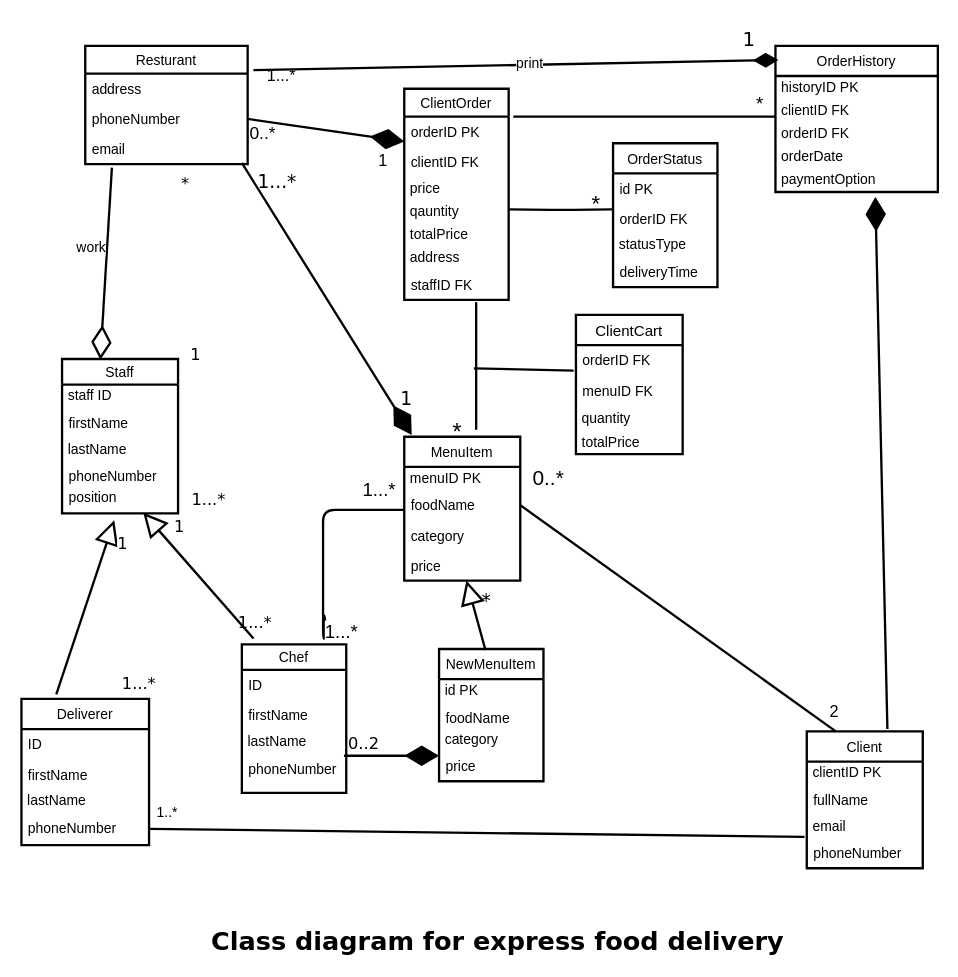
Earlier version of the draw.io diagram Class Diagram For Express food delivery resturant.drawio (wallaceNdi/OC-PRO). Source tidied: cells renumbered, new cells numbered last; positions are measured from the earlier drawing's top-left corner, leaving out a move shared by most shapes. Both pictures are drawn from the tidied source at 116%, with x=0, y=0 at pixel (21, 20).
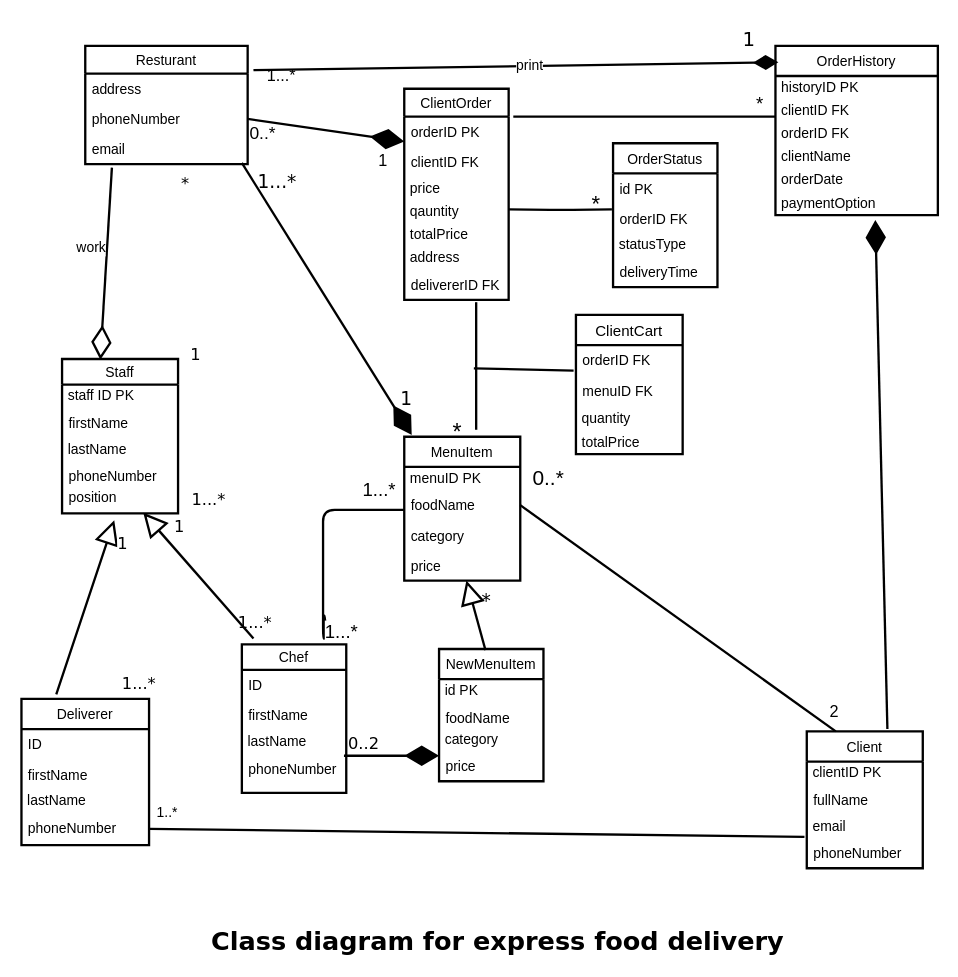
The same page after the edit.

The change refers to these unchanged cells:
```xml
<mxCell id="6" value="Staff" style="swimlane;fontStyle=0;horizontal=1;startSize=22;fillColor=none;strokeWidth=2;" parent="1" vertex="1">
  <mxGeometry x="35" y="292" width="100" height="133" as="geometry" />
</mxCell>
<mxCell id="81" value="ClientOrder" style="swimlane;fontStyle=0;horizontal=1;startSize=24;fillColor=none;strokeWidth=2;" parent="1" vertex="1">
  <mxGeometry x="330" y="59" width="90" height="182" as="geometry" />
</mxCell>
```

What changed in the source:
```diff
@@
-    <mxCell id="7" value="&amp;nbsp;staff ID" style="text;html=1;align=left;verticalAlign=top;spacingTop=-4;" parent="6" vertex="1">
+    <mxCell id="7" value="&amp;nbsp;staff ID PK" style="text;html=1;align=left;verticalAlign=top;spacingTop=-4;" parent="6" vertex="1">
       <mxGeometry y="22" width="100" height="20" as="geometry" />
     </mxCell>
@@
     <mxCell id="37" value="OrderHistory" style="swimlane;fontStyle=0;horizontal=1;startSize=26;fillColor=none;strokeWidth=2;" parent="1" vertex="1">
-      <mxGeometry x="650" y="22" width="140" height="126" as="geometry" />
+      <mxGeometry x="650" y="22" width="140" height="146" as="geometry" />
     </mxCell>
@@
+    <mxCell id="103" value="&amp;nbsp;clientName" style="text;html=1;align=left;verticalAlign=top;spacingTop=-4;" parent="37" vertex="1">
+      <mxGeometry y="86" width="140" height="20" as="geometry" />
+    </mxCell>
     <mxCell id="41" value="&amp;nbsp;orderDate" style="text;html=1;align=left;verticalAlign=top;spacingTop=-4;" parent="37" vertex="1">
-      <mxGeometry y="86" width="140" height="20" as="geometry" />
+      <mxGeometry y="106" width="140" height="20" as="geometry" />
     </mxCell>
     <mxCell id="42" value="&amp;nbsp;paymentOption" style="text;html=1;points=[];align=left;verticalAlign=top;spacingTop=-4;" parent="37" vertex="1">
-      <mxGeometry y="106" width="140" height="20" as="geometry" />
+      <mxGeometry y="126" width="140" height="20" as="geometry" />
     </mxCell>
@@
-    <mxCell id="88" value="staffID FK&#10;" style="text;strokeColor=none;fillColor=none;align=left;verticalAlign=top;spacingLeft=4;spacingRight=4;overflow=hidden;" parent="81" vertex="1">
+    <mxCell id="88" value="delivererID FK&#10;" style="text;strokeColor=none;fillColor=none;align=left;verticalAlign=top;spacingLeft=4;spacingRight=4;overflow=hidden;" parent="81" vertex="1">
       <mxGeometry y="156" width="90" height="26" as="geometry" />
     </mxCell>
```
